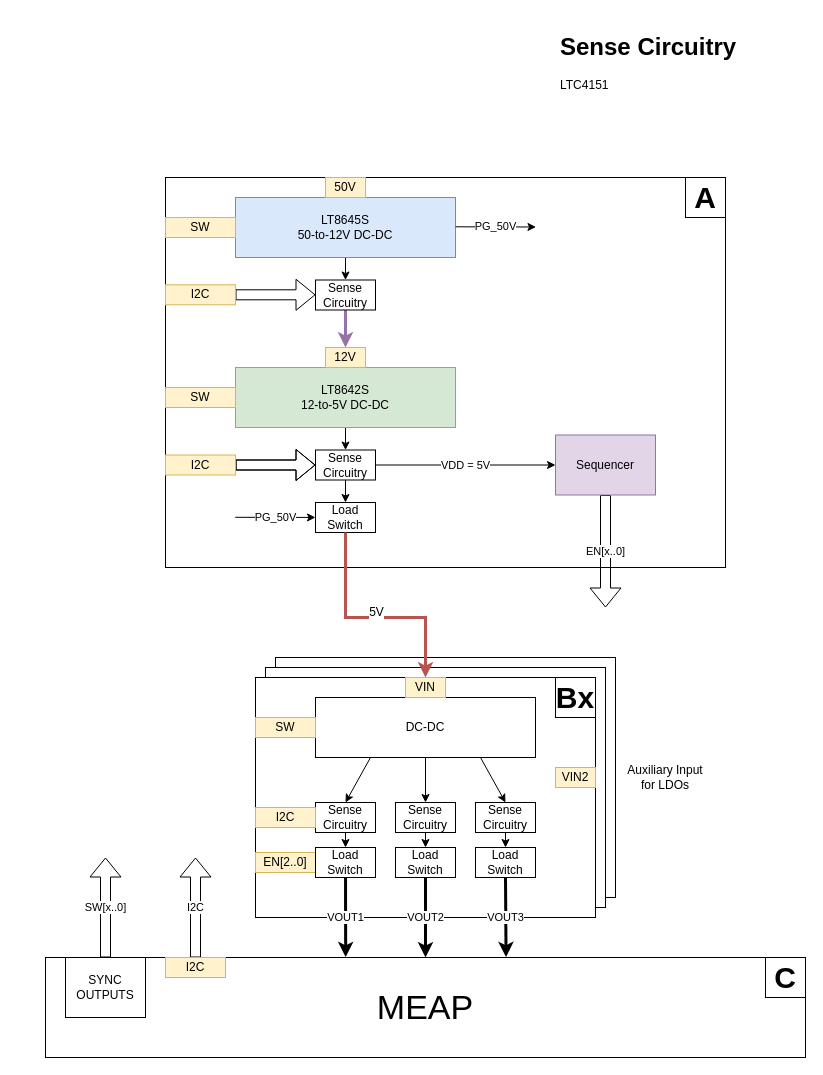
The draw.io diagram page "Page-1" (1 of 3) of powerBlock.drawio in josephliu89/sandbox, before the edit. Source tidied: cells renumbered, new cells numbered last; positions are measured from the earlier drawing's top-left corner, leaving out a move shared by most shapes. Both pictures are drawn from the tidied source at 100%, with x=0, y=0 at pixel (45, 27).
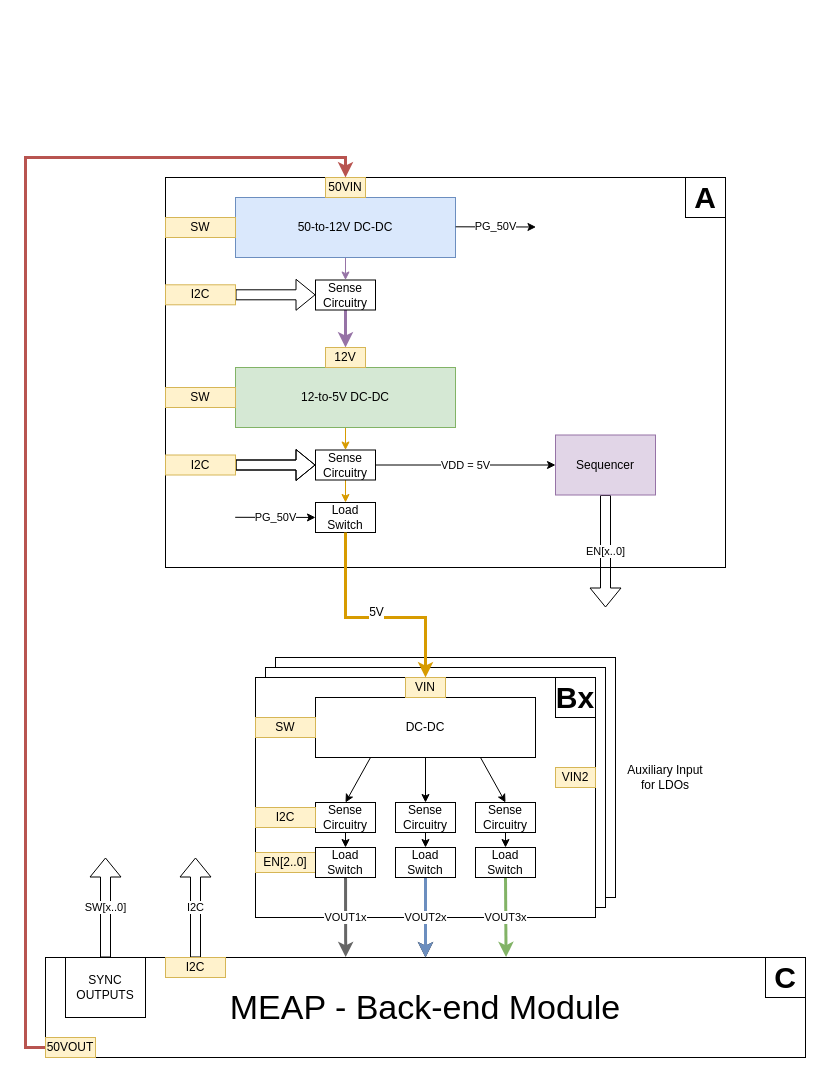
The same diagram, later.

Unchanged cells that the change refers to:
```xml
<mxCell id="5" style="rounded=0;whiteSpace=wrap;html=1;" parent="1" vertex="1">
  <mxGeometry x="210" y="650" width="340" height="240" as="geometry" />
</mxCell>
<mxCell id="12" value="Load&lt;br&gt;Switch&lt;br&gt;" style="rounded=0;whiteSpace=wrap;html=1;" parent="1" vertex="1">
  <mxGeometry x="270" y="820" width="60" height="30" as="geometry" />
</mxCell>
<mxCell id="16" value="Load&lt;br&gt;Switch&lt;br&gt;" style="rounded=0;whiteSpace=wrap;html=1;" parent="1" vertex="1">
  <mxGeometry x="350" y="820" width="60" height="30" as="geometry" />
</mxCell>
<mxCell id="20" value="Load&lt;br&gt;Switch&lt;br&gt;" style="rounded=0;whiteSpace=wrap;html=1;" parent="1" vertex="1">
  <mxGeometry x="430" y="820" width="60" height="30" as="geometry" />
</mxCell>
<mxCell id="24" value="VIN" style="text;html=1;strokeColor=#d6b656;fillColor=#fff2cc;align=center;verticalAlign=middle;whiteSpace=wrap;rounded=0;" parent="1" vertex="1">
  <mxGeometry x="360" y="650" width="40" height="20" as="geometry" />
</mxCell>
<mxCell id="29" value="Sense&lt;br&gt;Circuitry&lt;br&gt;" style="rounded=0;whiteSpace=wrap;html=1;" parent="1" vertex="1">
  <mxGeometry x="270" y="252.5" width="60" height="30" as="geometry" />
</mxCell>
<mxCell id="35" value="Load&lt;br&gt;Switch&lt;br&gt;" style="rounded=0;whiteSpace=wrap;html=1;" parent="1" vertex="1">
  <mxGeometry x="270" y="475" width="60" height="30" as="geometry" />
</mxCell>
<mxCell id="38" value="Sense&lt;br&gt;Circuitry&lt;br&gt;" style="rounded=0;whiteSpace=wrap;html=1;" parent="1" vertex="1">
  <mxGeometry x="270" y="422.5" width="60" height="30" as="geometry" />
</mxCell>
```

What changed in the source:
```diff
@@
-    <mxCell id="2" value="&lt;font style=&quot;font-size: 34px&quot;&gt;MEAP&lt;/font&gt;" style="rounded=0;whiteSpace=wrap;html=1;" parent="1" vertex="1">
+    <mxCell id="2" value="&lt;font style=&quot;font-size: 34px&quot;&gt;MEAP - Back-end Module&lt;/font&gt;" style="rounded=0;whiteSpace=wrap;html=1;" parent="1" vertex="1">
       <mxGeometry y="930" width="760" height="100" as="geometry" />
     </mxCell>
@@
+    <mxCell id="62" style="edgeStyle=orthogonalEdgeStyle;rounded=0;jettySize=auto;html=1;strokeWidth=3;fontSize=18;" parent="1" edge="1" source="5" target="2">
+      <mxGeometry relative="1" as="geometry" />
+    </mxCell>
@@
-    <mxCell id="11" value="VOUT1" style="edgeStyle=none;rounded=0;jettySize=auto;html=1;entryX=0.395;entryY=-0.004;entryDx=0;entryDy=0;entryPerimeter=0;shadow=0;startArrow=none;startFill=0;endArrow=classic;endFill=1;strokeWidth=3;" parent="1" edge="1" source="12" target="2">
+    <mxCell id="11" value="VOUT1x" style="edgeStyle=none;rounded=0;jettySize=auto;html=1;entryX=0.395;entryY=-0.004;entryDx=0;entryDy=0;entryPerimeter=0;shadow=0;startArrow=none;startFill=0;endArrow=classic;endFill=1;strokeWidth=3;fillColor=#f5f5f5;strokeColor=#666666;" parent="1" edge="1" source="12" target="2">
       <mxGeometry relative="1" as="geometry" />
     </mxCell>
@@
-    <mxCell id="15" value="VOUT2" style="edgeStyle=none;rounded=0;jettySize=auto;html=1;exitX=0.5;exitY=1;exitDx=0;exitDy=0;entryX=0.5;entryY=0;entryDx=0;entryDy=0;shadow=0;startArrow=none;startFill=0;endArrow=classic;endFill=1;strokeWidth=3;" parent="1" edge="1" source="16" target="2">
+    <mxCell id="15" value="VOUT2x" style="edgeStyle=none;rounded=0;jettySize=auto;html=1;exitX=0.5;exitY=1;exitDx=0;exitDy=0;entryX=0.5;entryY=0;entryDx=0;entryDy=0;shadow=0;startArrow=none;startFill=0;endArrow=classic;endFill=1;strokeWidth=3;fillColor=#dae8fc;strokeColor=#6c8ebf;" parent="1" edge="1" source="16" target="2">
       <mxGeometry relative="1" as="geometry" />
     </mxCell>
@@
-    <mxCell id="19" value="VOUT3" style="edgeStyle=none;rounded=0;jettySize=auto;html=1;exitX=0.5;exitY=1;exitDx=0;exitDy=0;entryX=0.606;entryY=-0.004;entryDx=0;entryDy=0;entryPerimeter=0;shadow=0;startArrow=none;startFill=0;endArrow=classic;endFill=1;strokeWidth=3;" parent="1" edge="1" source="20" target="2">
+    <mxCell id="19" value="VOUT3x" style="edgeStyle=none;rounded=0;jettySize=auto;html=1;exitX=0.5;exitY=1;exitDx=0;exitDy=0;entryX=0.606;entryY=-0.004;entryDx=0;entryDy=0;entryPerimeter=0;shadow=0;startArrow=none;startFill=0;endArrow=classic;endFill=1;strokeWidth=3;fillColor=#d5e8d4;strokeColor=#82b366;" parent="1" edge="1" source="20" target="2">
       <mxGeometry relative="1" as="geometry" />
     </mxCell>
@@
-    <mxCell id="26" style="edgeStyle=none;rounded=0;jettySize=auto;html=1;exitX=0.5;exitY=1;exitDx=0;exitDy=0;entryX=0.5;entryY=0;entryDx=0;entryDy=0;" parent="1" edge="1" source="27" target="29">
+    <mxCell id="26" style="edgeStyle=none;rounded=0;jettySize=auto;html=1;exitX=0.5;exitY=1;exitDx=0;exitDy=0;entryX=0.5;entryY=0;entryDx=0;entryDy=0;fillColor=#e1d5e7;strokeColor=#9673a6;" parent="1" edge="1" source="27" target="29">
       <mxGeometry relative="1" as="geometry" />
     </mxCell>
-    <mxCell id="27" value="LT8645S&lt;br&gt;50-to-12V DC-DC&lt;br&gt;" style="rounded=0;whiteSpace=wrap;html=1;fillColor=#dae8fc;strokeColor=#6c8ebf;" parent="1" vertex="1">
+    <mxCell id="27" value="50-to-12V DC-DC&lt;br&gt;" style="rounded=0;whiteSpace=wrap;html=1;fillColor=#dae8fc;strokeColor=#6c8ebf;" parent="1" vertex="1">
       <mxGeometry x="190" y="170" width="220" height="60" as="geometry" />
     </mxCell>
@@
-    <mxCell id="31" value="50V" style="text;html=1;strokeColor=#d6b656;fillColor=#fff2cc;align=center;verticalAlign=middle;whiteSpace=wrap;rounded=0;" parent="1" vertex="1">
+    <mxCell id="31" value="50VIN" style="text;html=1;strokeColor=#d6b656;fillColor=#fff2cc;align=center;verticalAlign=middle;whiteSpace=wrap;rounded=0;" parent="1" vertex="1">
       <mxGeometry x="280" y="150" width="40" height="20" as="geometry" />
     </mxCell>
@@
-    <mxCell id="33" style="edgeStyle=none;rounded=0;jettySize=auto;html=1;exitX=0.5;exitY=1;exitDx=0;exitDy=0;entryX=0.5;entryY=0;entryDx=0;entryDy=0;" parent="1" edge="1" source="34" target="38">
+    <mxCell id="33" style="edgeStyle=none;rounded=0;jettySize=auto;html=1;exitX=0.5;exitY=1;exitDx=0;exitDy=0;entryX=0.5;entryY=0;entryDx=0;entryDy=0;fillColor=#ffe6cc;strokeColor=#d79b00;" parent="1" edge="1" source="34" target="38">
       <mxGeometry relative="1" as="geometry" />
     </mxCell>
-    <mxCell id="34" value="LT8642S&lt;br&gt;12-to-5V DC-DC&lt;br&gt;" style="rounded=0;whiteSpace=wrap;html=1;fillColor=#d5e8d4;strokeColor=#82b366;" parent="1" vertex="1">
+    <mxCell id="34" value="12-to-5V DC-DC&lt;br&gt;" style="rounded=0;whiteSpace=wrap;html=1;fillColor=#d5e8d4;strokeColor=#82b366;" parent="1" vertex="1">
       <mxGeometry x="190" y="340" width="220" height="60" as="geometry" />
     </mxCell>
@@
-    <mxCell id="36" style="edgeStyle=none;rounded=0;jettySize=auto;html=1;exitX=0.5;exitY=1;exitDx=0;exitDy=0;entryX=0.5;entryY=0;entryDx=0;entryDy=0;" parent="1" edge="1" source="38" target="35">
+    <mxCell id="36" style="edgeStyle=none;rounded=0;jettySize=auto;html=1;exitX=0.5;exitY=1;exitDx=0;exitDy=0;entryX=0.5;entryY=0;entryDx=0;entryDy=0;fillColor=#ffe6cc;strokeColor=#d79b00;" parent="1" edge="1" source="38" target="35">
       <mxGeometry relative="1" as="geometry" />
     </mxCell>
@@
-    <mxCell id="57" style="edgeStyle=none;rounded=0;jettySize=auto;html=1;exitX=0.5;exitY=0;exitDx=0;exitDy=0;shadow=0;strokeWidth=3;fillColor=#f8cecc;strokeColor=#b85450;endArrow=none;endFill=0;startArrow=classic;startFill=1;entryX=0.5;entryY=1;entryDx=0;entryDy=0;" parent="1" edge="1" source="24" target="35">
+    <mxCell id="57" style="edgeStyle=none;rounded=0;jettySize=auto;html=1;exitX=0.5;exitY=0;exitDx=0;exitDy=0;shadow=0;strokeWidth=3;fillColor=#ffe6cc;strokeColor=#d79b00;endArrow=none;endFill=0;startArrow=classic;startFill=1;entryX=0.5;entryY=1;entryDx=0;entryDy=0;" parent="1" edge="1" source="24" target="35">
       <mxGeometry relative="1" as="geometry">
         <Array as="points">
           <mxPoint x="380" y="590" />
           <mxPoint x="300" y="590" />
         </Array>
       </mxGeometry>
     </mxCell>
@@
-    <mxCell id="61" value="&lt;h1&gt;Sense Circuitry&lt;/h1&gt;&lt;div&gt;LTC4151&lt;/div&gt;" style="text;html=1;strokeColor=none;fillColor=none;spacing=5;spacingTop=-20;whiteSpace=wrap;overflow=hidden;rounded=0;" parent="1" vertex="1">
-      <mxGeometry x="510" width="190" height="120" as="geometry" />
-    </mxCell>
+    <mxCell id="63" style="edgeStyle=orthogonalEdgeStyle;rounded=0;jettySize=auto;html=1;exitX=0;exitY=0.5;exitDx=0;exitDy=0;entryX=0.5;entryY=0;entryDx=0;entryDy=0;fontSize=18;fillColor=#f8cecc;strokeColor=#b85450;strokeWidth=3;" parent="1" edge="1" source="64" target="31">
+      <mxGeometry relative="1" as="geometry" />
+    </mxCell>
+    <mxCell id="64" value="50VOUT" style="text;html=1;strokeColor=#d6b656;fillColor=#fff2cc;align=center;verticalAlign=middle;whiteSpace=wrap;rounded=0;" parent="1" vertex="1">
+      <mxGeometry y="1010" width="50" height="20" as="geometry" />
+    </mxCell>
```
